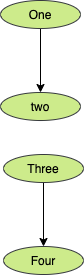
adithnaveen/sapient-apr-2021-xt keeps this draw.io diagram as sample.drawio.png. Above is the earlier version. Source tidied: cells renumbered, new cells last; positions are measured from the earlier drawing's top-left corner, leaving out a move shared by most shapes.
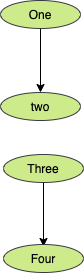
After the commit.

What changed in the source:
```diff
@@ -11,14 +11,16 @@
     <mxCell id="4" value="&lt;font color=&quot;#000000&quot;&gt;two&lt;/font&gt;" style="ellipse;whiteSpace=wrap;html=1;fillColor=#cdeb8b;strokeColor=#36393d;" parent="1" vertex="1">
       <mxGeometry y="92" width="80" height="28" as="geometry" />
     </mxCell>
-    <mxCell id="5" style="edgeStyle=orthogonalEdgeStyle;rounded=0;jettySize=auto;html=1;entryX=0.5;entryY=0;entryDx=0;entryDy=0;" parent="1" edge="1" source="6" target="7">
-      <mxGeometry relative="1" as="geometry" />
+    <mxCell id="5" style="edgeStyle=orthogonalEdgeStyle;rounded=0;jettySize=auto;html=1;entryX=0.5;entryY=0;entryDx=0;entryDy=0;" parent="1" edge="1" source="6">
+      <mxGeometry relative="1" as="geometry">
+        <mxPoint x="43" y="246" as="targetPoint" />
+      </mxGeometry>
     </mxCell>
     <mxCell id="6" value="&lt;font color=&quot;#000000&quot;&gt;Three&lt;/font&gt;" style="ellipse;whiteSpace=wrap;html=1;fillColor=#cdeb8b;strokeColor=#36393d;" parent="1" vertex="1">
       <mxGeometry x="3" y="154" width="80" height="28" as="geometry" />
     </mxCell>
     <mxCell id="7" value="&lt;font color=&quot;#000000&quot;&gt;Four&lt;/font&gt;" style="ellipse;whiteSpace=wrap;html=1;fillColor=#cdeb8b;strokeColor=#36393d;" parent="1" vertex="1">
-      <mxGeometry x="3" y="246" width="80" height="28" as="geometry" />
+      <mxGeometry x="3" y="244" width="80" height="28" as="geometry" />
     </mxCell>
   </root>
 </mxGraphModel>
```
